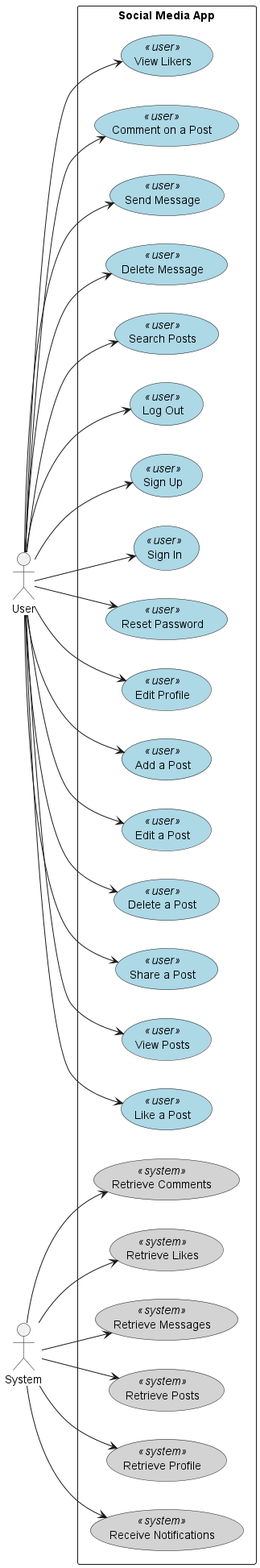
Above: doc/diagrams/use_case_diagram.png in AndreeaDraghici/Android-Social-Media-Platform (PlantUML), before the change. Its diagram source:
```plantuml
@startuml
left to right direction
skinparam usecase {
  BackgroundColor<<user>> LightBlue
  BackgroundColor<<system>> LightGray
}

actor User
actor System

rectangle "Social Media App" {
  usecase "Sign Up"                   as UC1 <<user>>
  usecase "Sign In"                   as UC2 <<user>>
  usecase "Reset Password"            as UC16 <<user>>
  usecase "Edit Profile"              as UC3 <<user>>
  usecase "Retrieve Profile"          as UC4 <<system>>

  usecase "Add a Post"                as UC5 <<user>>
  usecase "Edit a Post"               as UC17 <<user>>
  usecase "Delete a Post"             as UC6 <<user>>
  usecase "Share a Post"              as UC7 <<user>>
  usecase "Retrieve Posts"            as UC8 <<system>>
  usecase "View Posts"                as UC9 <<user>>

  usecase "Like a Post"               as UC10 <<user>>
  usecase "Retrieve Likes"            as UC13 <<system>>
  usecase "View Likers"               as UC18 <<user>>

  usecase "Comment on a Post"         as UC11 <<user>>
  usecase "Retrieve Comments"         as UC12 <<system>>

  usecase "Send Message"              as UC19 <<user>>
  usecase "Delete Message"            as UC20 <<user>>
  usecase "Retrieve Messages"         as UC21 <<system>>

  usecase "Search Posts"              as UC14 <<user>>

  usecase "Receive Notifications"     as UC23 <<system>>

  usecase "Log Out"                   as UC15 <<user>>
}

User --> UC1
User --> UC2
User --> UC16
User --> UC3
User --> UC5
User --> UC17
User --> UC6
User --> UC7
User --> UC9
User --> UC10
User --> UC11
User --> UC18
User --> UC19
User --> UC20
User --> UC14
User --> UC15

System --> UC4
System --> UC8
System --> UC12
System --> UC13
System --> UC21
System --> UC23
@enduml
```
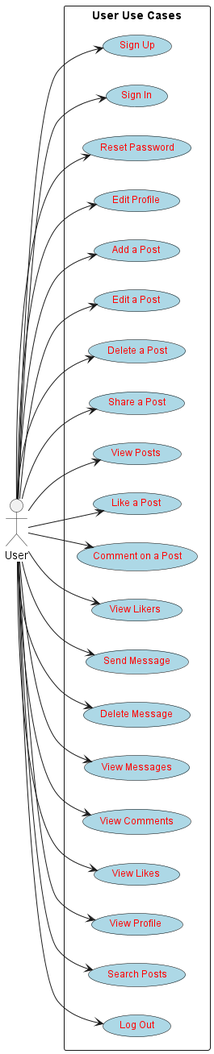
After the commit.

What changed in the source:
```diff
@@ -1,43 +1,35 @@
 @startuml
 left to right direction
 skinparam usecase {
-  BackgroundColor<<user>> LightBlue
-  BackgroundColor<<system>> LightGray
+   BackgroundColor LightBlue
+   FontSize 12
+   BorderColor Black
+   FontColor Red
 }
 
 actor User
-actor System
 
-rectangle "Social Media App" {
-  usecase "Sign Up"                   as UC1 <<user>>
-  usecase "Sign In"                   as UC2 <<user>>
-  usecase "Reset Password"            as UC16 <<user>>
-  usecase "Edit Profile"              as UC3 <<user>>
-  usecase "Retrieve Profile"          as UC4 <<system>>
-
-  usecase "Add a Post"                as UC5 <<user>>
-  usecase "Edit a Post"               as UC17 <<user>>
-  usecase "Delete a Post"             as UC6 <<user>>
-  usecase "Share a Post"              as UC7 <<user>>
-  usecase "Retrieve Posts"            as UC8 <<system>>
-  usecase "View Posts"                as UC9 <<user>>
-
-  usecase "Like a Post"               as UC10 <<user>>
-  usecase "Retrieve Likes"            as UC13 <<system>>
-  usecase "View Likers"               as UC18 <<user>>
-
-  usecase "Comment on a Post"         as UC11 <<user>>
-  usecase "Retrieve Comments"         as UC12 <<system>>
-
-  usecase "Send Message"              as UC19 <<user>>
-  usecase "Delete Message"            as UC20 <<user>>
-  usecase "Retrieve Messages"         as UC21 <<system>>
-
-  usecase "Search Posts"              as UC14 <<user>>
-
-  usecase "Receive Notifications"     as UC23 <<system>>
-
-  usecase "Log Out"                   as UC15 <<user>>
+rectangle "User Use Cases" {
+  usecase "Sign Up"                as UC1
+  usecase "Sign In"                as UC2
+  usecase "Reset Password"         as UC16
+  usecase "Edit Profile"           as UC3
+  usecase "Add a Post"             as UC5
+  usecase "Edit a Post"            as UC17
+  usecase "Delete a Post"          as UC6
+  usecase "Share a Post"           as UC7
+  usecase "View Posts"             as UC9
+  usecase "Like a Post"            as UC10
+  usecase "Comment on a Post"      as UC11
+  usecase "View Likers"            as UC18
+  usecase "Send Message"           as UC19
+  usecase "Delete Message"         as UC20
+  usecase "View Messages"          as UC4
+  usecase "View Comments"          as UC8
+  usecase "View Likes"             as UC12
+  usecase "View Profile"           as UC13
+  usecase "Search Posts"           as UC14
+  usecase "Log Out"                as UC15
 }
 
 User --> UC1
@@ -56,11 +48,9 @@
 User --> UC20
 User --> UC14
 User --> UC15
+User --> UC4
+User --> UC8
+User --> UC12
+User --> UC13
 
-System --> UC4
-System --> UC8
-System --> UC12
-System --> UC13
-System --> UC21
-System --> UC23
 @enduml
```
